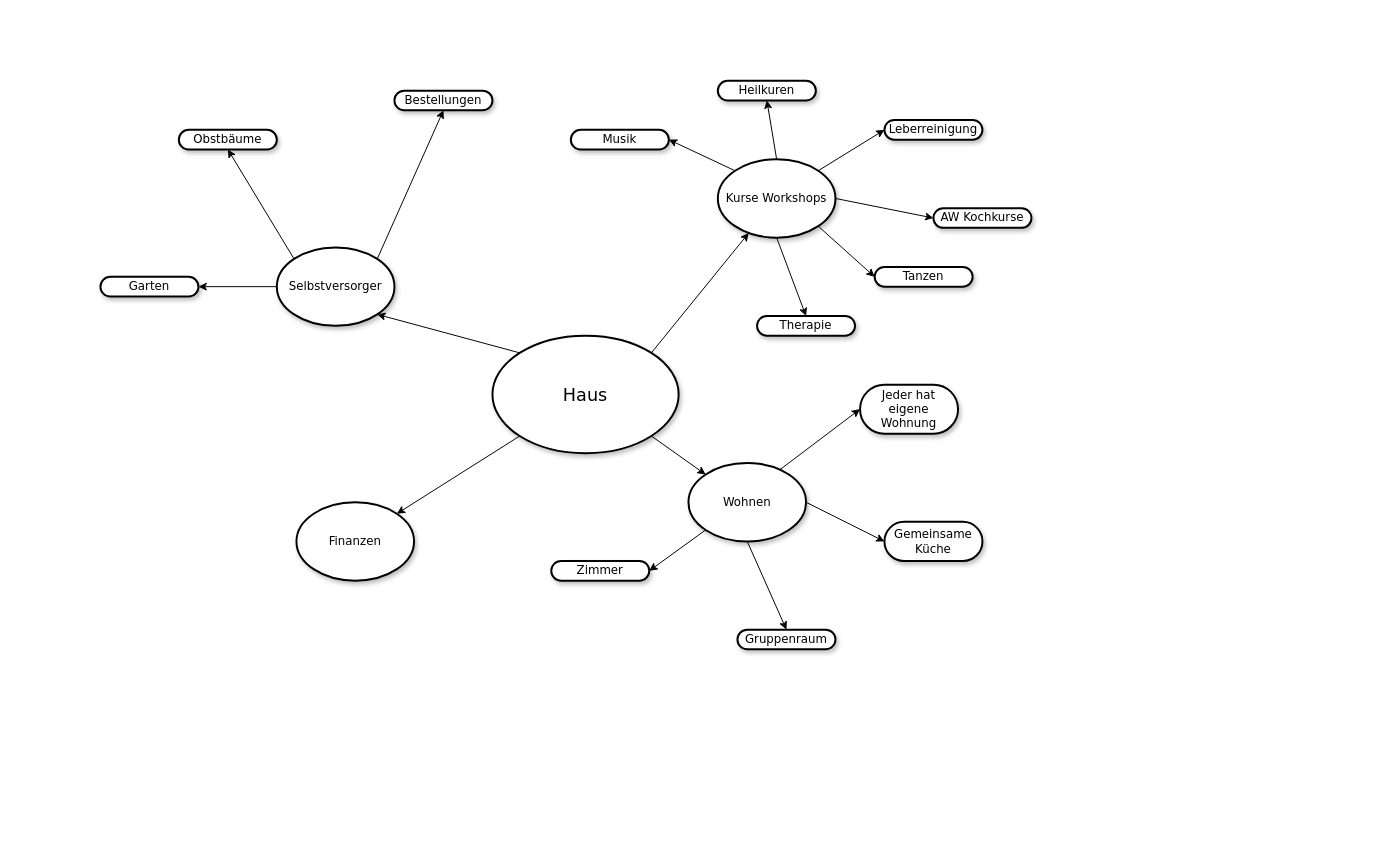
The draw.io diagram public/Gruppenhaus.drawio in Bernhard-27/docker-react, before the edit. Source tidied: cells renumbered, new cells numbered last; positions are measured from the earlier drawing's top-left corner, leaving out a move shared by most shapes. Both pictures are drawn from the tidied source at 98%, with x=0, y=0 at pixel (100, 80).
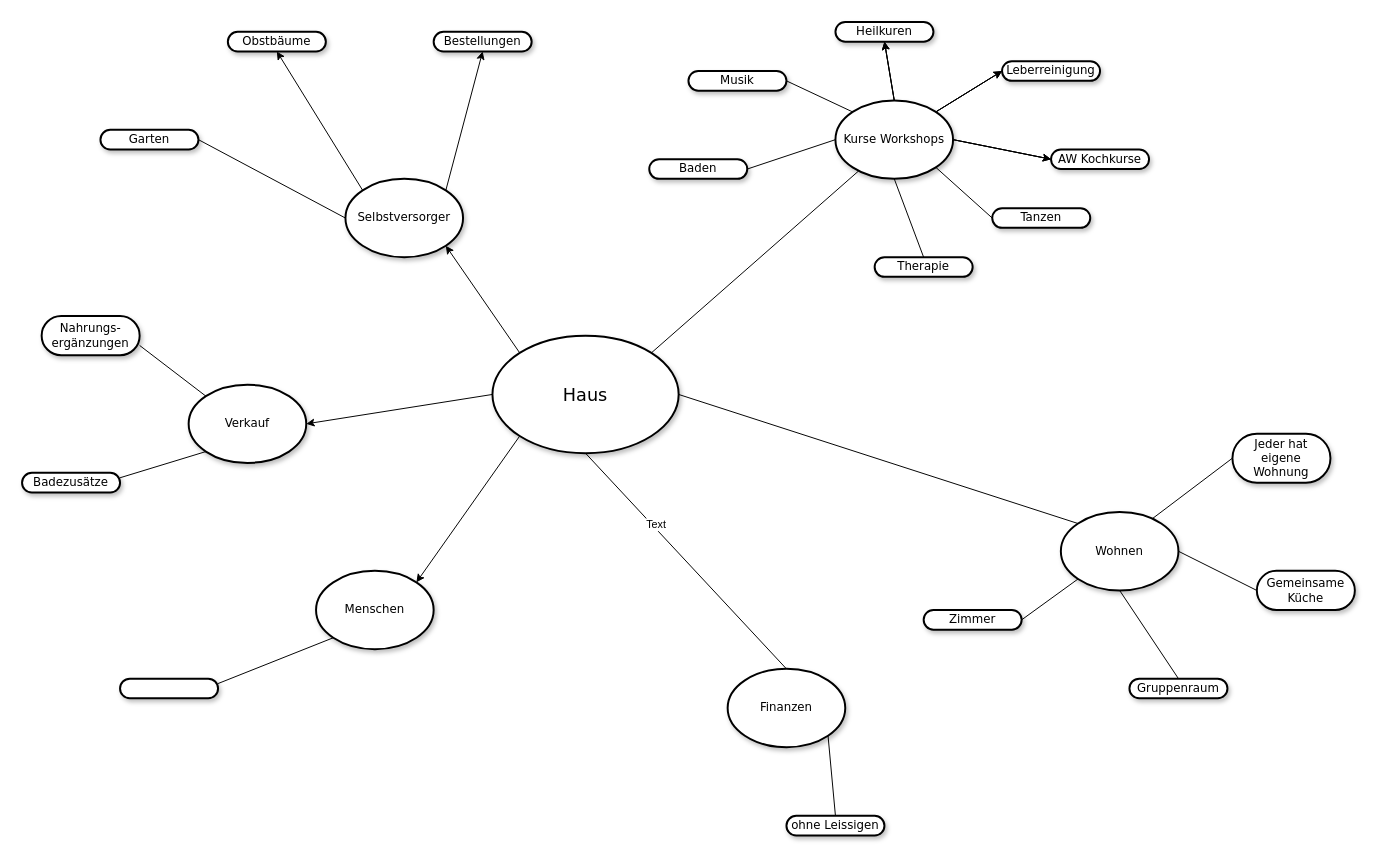
The same page after the edit.

The change refers to these unchanged cells:
```xml
<mxCell id="5" value="&lt;font style=&quot;font-size: 18px&quot;&gt;Haus&lt;/font&gt;" style="ellipse;whiteSpace=wrap;html=1;rounded=1;shadow=1;comic=0;labelBackgroundColor=none;strokeWidth=2;fontFamily=Verdana;fontSize=12;align=center;" parent="1" vertex="1">
  <mxGeometry x="400" y="260" width="190" height="120" as="geometry" />
</mxCell>
```

What changed in the source:
```diff
@@
     <mxCell id="2" value="Obstbäume" style="whiteSpace=wrap;html=1;rounded=1;shadow=1;comic=0;labelBackgroundColor=none;strokeWidth=2;fontFamily=Verdana;fontSize=12;align=center;arcSize=50;" parent="1" vertex="1">
-      <mxGeometry x="80" y="50" width="100" height="20" as="geometry" />
+      <mxGeometry x="130" y="-50" width="100" height="20" as="geometry" />
     </mxCell>
     <mxCell id="3" value="Selbstversorger" style="ellipse;whiteSpace=wrap;html=1;rounded=1;shadow=1;comic=0;labelBackgroundColor=none;strokeWidth=2;fontFamily=Verdana;fontSize=12;align=center;" parent="1" vertex="1">
-      <mxGeometry x="180" y="170" width="120" height="80" as="geometry" />
+      <mxGeometry x="250" y="100" width="120" height="80" as="geometry" />
     </mxCell>
     <mxCell id="4" value="Kurse Workshops" style="ellipse;whiteSpace=wrap;html=1;rounded=1;shadow=1;comic=0;labelBackgroundColor=none;strokeWidth=2;fontFamily=Verdana;fontSize=12;align=center;" parent="1" vertex="1">
-      <mxGeometry x="630" y="80" width="120" height="80" as="geometry" />
+      <mxGeometry x="750" y="20" width="120" height="80" as="geometry" />
     </mxCell>
@@
     <mxCell id="6" value="Wohnen" style="ellipse;whiteSpace=wrap;html=1;rounded=1;shadow=1;comic=0;labelBackgroundColor=none;strokeWidth=2;fontFamily=Verdana;fontSize=12;align=center;" parent="1" vertex="1">
-      <mxGeometry x="600" y="390" width="120" height="80" as="geometry" />
+      <mxGeometry x="980" y="440" width="120" height="80" as="geometry" />
     </mxCell>
     <mxCell id="7" value="Garten" style="whiteSpace=wrap;html=1;rounded=1;shadow=1;comic=0;labelBackgroundColor=none;strokeWidth=2;fontFamily=Verdana;fontSize=12;align=center;arcSize=50;" parent="1" vertex="1">
-      <mxGeometry y="200" width="100" height="20" as="geometry" />
+      <mxGeometry y="50" width="100" height="20" as="geometry" />
     </mxCell>
     <mxCell id="8" value="Bestellungen" style="whiteSpace=wrap;html=1;rounded=1;shadow=1;comic=0;labelBackgroundColor=none;strokeWidth=2;fontFamily=Verdana;fontSize=12;align=center;arcSize=50;" parent="1" vertex="1">
-      <mxGeometry x="300" y="10" width="100" height="20" as="geometry" />
+      <mxGeometry x="340" y="-50" width="100" height="20" as="geometry" />
     </mxCell>
     <mxCell id="9" value="Leberreinigung" style="whiteSpace=wrap;html=1;rounded=1;shadow=1;comic=0;labelBackgroundColor=none;strokeWidth=2;fontFamily=Verdana;fontSize=12;align=center;arcSize=50;" parent="1" vertex="1">
-      <mxGeometry x="800" y="40" width="100" height="20" as="geometry" />
+      <mxGeometry x="920" y="-20" width="100" height="20" as="geometry" />
     </mxCell>
     <mxCell id="10" value="Finanzen" style="ellipse;whiteSpace=wrap;html=1;rounded=1;shadow=1;comic=0;labelBackgroundColor=none;strokeWidth=2;fontFamily=Verdana;fontSize=12;align=center;" parent="1" vertex="1">
-      <mxGeometry x="200" y="430" width="120" height="80" as="geometry" />
+      <mxGeometry x="640" y="600" width="120" height="80" as="geometry" />
     </mxCell>
-    <mxCell id="11" style="endArrow=classic;html=1;rounded=0;exitX=0;exitY=1;exitDx=0;exitDy=0;entryX=1;entryY=0;entryDx=0;entryDy=0;" parent="1" edge="1" source="5" target="10">
+    <mxCell id="11" style="endArrow=none;html=1;rounded=0;exitX=0.5;exitY=1;exitDx=0;exitDy=0;entryX=0.5;entryY=0;entryDx=0;entryDy=0;endFill=0;" parent="1" edge="1" source="5" target="10">
       <mxGeometry relative="1" as="geometry" />
     </mxCell>
+    <mxCell id="37" value="Text" style="edgeLabel;html=1;align=center;verticalAlign=middle;" parent="11" vertex="1">
+      <mxGeometry x="-0.32" y="3" relative="1" as="geometry" />
+    </mxCell>
-    <mxCell id="12" style="endArrow=classic;html=1;rounded=0;exitX=0;exitY=0;exitDx=0;exitDy=0;entryX=1;entryY=1;entryDx=0;entryDy=0;" parent="1" edge="1" source="5" target="3">
+    <mxCell id="12" style="endArrow=classic;html=1;rounded=0;entryX=1;entryY=1;entryDx=0;entryDy=0;exitX=0;exitY=0;exitDx=0;exitDy=0;" parent="1" edge="1" source="5" target="3">
       <mxGeometry relative="1" as="geometry" />
     </mxCell>
-    <mxCell id="13" style="endArrow=classic;html=1;rounded=0;exitX=1;exitY=0;exitDx=0;exitDy=0;" parent="1" edge="1" source="5" target="4">
+    <mxCell id="13" style="endArrow=none;html=1;rounded=0;exitX=1;exitY=0;exitDx=0;exitDy=0;endFill=0;" parent="1" edge="1" source="5" target="4">
       <mxGeometry relative="1" as="geometry" />
     </mxCell>
-    <mxCell id="14" style="endArrow=classic;html=1;rounded=0;exitX=1;exitY=1;exitDx=0;exitDy=0;entryX=0;entryY=0;entryDx=0;entryDy=0;" parent="1" edge="1" source="5" target="6">
+    <mxCell id="14" style="endArrow=none;html=1;rounded=0;exitX=1;exitY=0.5;exitDx=0;exitDy=0;entryX=0;entryY=0;entryDx=0;entryDy=0;endFill=0;" parent="1" edge="1" source="5" target="6">
       <mxGeometry relative="1" as="geometry" />
     </mxCell>
@@
-    <mxCell id="16" style="endArrow=classic;html=1;rounded=0;exitX=0;exitY=0.5;exitDx=0;exitDy=0;entryX=1;entryY=0.5;entryDx=0;entryDy=0;" parent="1" edge="1" source="3" target="7">
+    <mxCell id="16" style="endArrow=none;html=1;rounded=0;exitX=0;exitY=0.5;exitDx=0;exitDy=0;entryX=1;entryY=0.5;entryDx=0;entryDy=0;endFill=0;" parent="1" edge="1" source="3" target="7">
       <mxGeometry relative="1" as="geometry" />
     </mxCell>
@@
     <mxCell id="19" value="Jeder hat eigene Wohnung" style="whiteSpace=wrap;html=1;rounded=1;shadow=1;comic=0;labelBackgroundColor=none;strokeWidth=2;fontFamily=Verdana;fontSize=12;align=center;arcSize=50;" parent="1" vertex="1">
-      <mxGeometry x="775.1" y="310" width="100" height="50" as="geometry" />
+      <mxGeometry x="1155.1" y="360" width="100" height="50" as="geometry" />
     </mxCell>
-    <mxCell id="20" style="endArrow=classic;html=1;rounded=0;exitX=0.775;exitY=0.088;exitDx=0;exitDy=0;entryX=0;entryY=0.5;entryDx=0;entryDy=0;exitPerimeter=0;" parent="1" edge="1" source="6" target="19">
+    <mxCell id="20" style="endArrow=none;html=1;rounded=0;exitX=0.775;exitY=0.088;exitDx=0;exitDy=0;entryX=0;entryY=0.5;entryDx=0;entryDy=0;exitPerimeter=0;endFill=0;" parent="1" edge="1" source="6" target="19">
       <mxGeometry relative="1" as="geometry" />
     </mxCell>
     <mxCell id="21" value="&lt;div&gt;Gemeinsame Küche&lt;br&gt;&lt;/div&gt;" style="whiteSpace=wrap;html=1;rounded=1;shadow=1;comic=0;labelBackgroundColor=none;strokeWidth=2;fontFamily=Verdana;fontSize=12;align=center;arcSize=50;" parent="1" vertex="1">
-      <mxGeometry x="800" y="450" width="100" height="40" as="geometry" />
+      <mxGeometry x="1180" y="500" width="100" height="40" as="geometry" />
     </mxCell>
-    <mxCell id="22" style="endArrow=classic;html=1;rounded=0;exitX=1;exitY=0.5;exitDx=0;exitDy=0;entryX=0;entryY=0.5;entryDx=0;entryDy=0;" parent="1" edge="1" source="6" target="21">
+    <mxCell id="22" style="endArrow=none;html=1;rounded=0;exitX=1;exitY=0.5;exitDx=0;exitDy=0;entryX=0;entryY=0.5;entryDx=0;entryDy=0;endFill=0;" parent="1" edge="1" source="6" target="21">
       <mxGeometry relative="1" as="geometry" />
     </mxCell>
-    <mxCell id="23" style="endArrow=classic;html=1;rounded=0;exitX=0;exitY=1;exitDx=0;exitDy=0;entryX=1;entryY=0.5;entryDx=0;entryDy=0;" parent="1" edge="1" source="6" target="24">
+    <mxCell id="23" style="endArrow=none;html=1;rounded=0;exitX=0;exitY=1;exitDx=0;exitDy=0;entryX=1;entryY=0.5;entryDx=0;entryDy=0;endFill=0;" parent="1" edge="1" source="6" target="24">
       <mxGeometry relative="1" as="geometry" />
     </mxCell>
     <mxCell id="24" value="Zimmer" style="whiteSpace=wrap;html=1;rounded=1;shadow=1;comic=0;labelBackgroundColor=none;strokeWidth=2;fontFamily=Verdana;fontSize=12;align=center;arcSize=50;" parent="1" vertex="1">
-      <mxGeometry x="460" y="490" width="100" height="20" as="geometry" />
+      <mxGeometry x="840" y="540" width="100" height="20" as="geometry" />
     </mxCell>
     <mxCell id="25" value="Gruppenraum" style="whiteSpace=wrap;html=1;rounded=1;shadow=1;comic=0;labelBackgroundColor=none;strokeWidth=2;fontFamily=Verdana;fontSize=12;align=center;arcSize=50;" parent="1" vertex="1">
-      <mxGeometry x="650" y="560" width="100" height="20" as="geometry" />
+      <mxGeometry x="1050" y="610" width="100" height="20" as="geometry" />
     </mxCell>
-    <mxCell id="26" style="endArrow=classic;html=1;rounded=0;exitX=0.5;exitY=1;exitDx=0;exitDy=0;entryX=0.5;entryY=0;entryDx=0;entryDy=0;" parent="1" edge="1" source="6" target="25">
+    <mxCell id="26" style="endArrow=none;html=1;rounded=0;exitX=0.5;exitY=1;exitDx=0;exitDy=0;entryX=0.5;entryY=0;entryDx=0;entryDy=0;endFill=0;" parent="1" edge="1" source="6" target="25">
       <mxGeometry relative="1" as="geometry" />
     </mxCell>
     <mxCell id="27" value="AW Kochkurse" style="whiteSpace=wrap;html=1;rounded=1;shadow=1;comic=0;labelBackgroundColor=none;strokeWidth=2;fontFamily=Verdana;fontSize=12;align=center;arcSize=50;" parent="1" vertex="1">
-      <mxGeometry x="850" y="130" width="100" height="20" as="geometry" />
+      <mxGeometry x="970" y="70" width="100" height="20" as="geometry" />
     </mxCell>
@@
     <mxCell id="29" value="Heilkuren" style="whiteSpace=wrap;html=1;rounded=1;shadow=1;comic=0;labelBackgroundColor=none;strokeWidth=2;fontFamily=Verdana;fontSize=12;align=center;arcSize=50;" parent="1" vertex="1">
-      <mxGeometry x="630" width="100" height="20" as="geometry" />
+      <mxGeometry x="750" y="-60" width="100" height="20" as="geometry" />
     </mxCell>
-    <mxCell id="30" style="endArrow=classic;html=1;rounded=0;exitX=0;exitY=0;exitDx=0;exitDy=0;entryX=1;entryY=0.5;entryDx=0;entryDy=0;" parent="1" edge="1" source="4" target="31">
+    <mxCell id="30" style="endArrow=none;html=1;rounded=0;exitX=0;exitY=0;exitDx=0;exitDy=0;entryX=1;entryY=0.5;entryDx=0;entryDy=0;endFill=0;" parent="1" edge="1" source="4" target="31">
       <mxGeometry relative="1" as="geometry" />
     </mxCell>
     <mxCell id="31" value="Musik" style="whiteSpace=wrap;html=1;rounded=1;shadow=1;comic=0;labelBackgroundColor=none;strokeWidth=2;fontFamily=Verdana;fontSize=12;align=center;arcSize=50;" parent="1" vertex="1">
-      <mxGeometry x="480" y="50" width="100" height="20" as="geometry" />
+      <mxGeometry x="600" y="-10" width="100" height="20" as="geometry" />
     </mxCell>
@@
     <mxCell id="33" value="Tanzen" style="whiteSpace=wrap;html=1;rounded=1;shadow=1;comic=0;labelBackgroundColor=none;strokeWidth=2;fontFamily=Verdana;fontSize=12;align=center;arcSize=50;" parent="1" vertex="1">
-      <mxGeometry x="790" y="190" width="100" height="20" as="geometry" />
+      <mxGeometry x="910" y="130" width="100" height="20" as="geometry" />
     </mxCell>
-    <mxCell id="34" style="endArrow=classic;html=1;rounded=0;exitX=1;exitY=1;exitDx=0;exitDy=0;entryX=0;entryY=0.5;entryDx=0;entryDy=0;" parent="1" edge="1" source="4" target="33">
+    <mxCell id="34" style="endArrow=none;html=1;rounded=0;exitX=1;exitY=1;exitDx=0;exitDy=0;entryX=0;entryY=0.5;entryDx=0;entryDy=0;endFill=0;" parent="1" edge="1" source="4" target="33">
       <mxGeometry relative="1" as="geometry" />
     </mxCell>
     <mxCell id="35" value="Therapie" style="whiteSpace=wrap;html=1;rounded=1;shadow=1;comic=0;labelBackgroundColor=none;strokeWidth=2;fontFamily=Verdana;fontSize=12;align=center;arcSize=50;" parent="1" vertex="1">
-      <mxGeometry x="670" y="240" width="100" height="20" as="geometry" />
+      <mxGeometry x="790" y="180" width="100" height="20" as="geometry" />
     </mxCell>
-    <mxCell id="36" style="endArrow=classic;html=1;rounded=0;exitX=0.5;exitY=1;exitDx=0;exitDy=0;entryX=0.5;entryY=0;entryDx=0;entryDy=0;" parent="1" edge="1" source="4" target="35">
+    <mxCell id="36" style="endArrow=none;html=1;rounded=0;exitX=0.5;exitY=1;exitDx=0;exitDy=0;entryX=0.5;entryY=0;entryDx=0;entryDy=0;endFill=0;" parent="1" edge="1" source="4" target="35">
       <mxGeometry relative="1" as="geometry" />
     </mxCell>
+    <mxCell id="38" value="Verkauf" style="ellipse;whiteSpace=wrap;html=1;rounded=1;shadow=1;comic=0;labelBackgroundColor=none;strokeWidth=2;fontFamily=Verdana;fontSize=12;align=center;" parent="1" vertex="1">
+      <mxGeometry x="90" y="310" width="120" height="80" as="geometry" />
+    </mxCell>
+    <mxCell id="39" style="endArrow=classic;html=1;rounded=0;exitX=0;exitY=0.5;exitDx=0;exitDy=0;entryX=1;entryY=0.5;entryDx=0;entryDy=0;" parent="1" edge="1" source="5" target="38">
+      <mxGeometry relative="1" as="geometry" />
+    </mxCell>
+    <mxCell id="40" value="Nahrungs-ergänzungen" style="whiteSpace=wrap;html=1;rounded=1;shadow=1;comic=0;labelBackgroundColor=none;strokeWidth=2;fontFamily=Verdana;fontSize=12;align=center;arcSize=50;" parent="1" vertex="1">
+      <mxGeometry x="-60" y="240" width="100" height="40" as="geometry" />
+    </mxCell>
+    <mxCell id="41" style="endArrow=none;html=1;rounded=0;exitX=0;exitY=0;exitDx=0;exitDy=0;entryX=1;entryY=0.75;entryDx=0;entryDy=0;endFill=0;" parent="1" edge="1" source="38" target="40">
+      <mxGeometry relative="1" as="geometry" />
+    </mxCell>
+    <mxCell id="42" value="Badezusätze" style="whiteSpace=wrap;html=1;rounded=1;shadow=1;comic=0;labelBackgroundColor=none;strokeWidth=2;fontFamily=Verdana;fontSize=12;align=center;arcSize=50;" parent="1" vertex="1">
+      <mxGeometry x="-80" y="400" width="100" height="20" as="geometry" />
+    </mxCell>
+    <mxCell id="43" value="Baden" style="whiteSpace=wrap;html=1;rounded=1;shadow=1;comic=0;labelBackgroundColor=none;strokeWidth=2;fontFamily=Verdana;fontSize=12;align=center;arcSize=50;" parent="1" vertex="1">
+      <mxGeometry x="560" y="80" width="100" height="20" as="geometry" />
+    </mxCell>
+    <mxCell id="44" style="endArrow=none;html=1;rounded=0;exitX=0;exitY=0.5;exitDx=0;exitDy=0;entryX=1;entryY=0.5;entryDx=0;entryDy=0;endFill=0;" parent="1" edge="1" source="4" target="43">
+      <mxGeometry relative="1" as="geometry" />
+    </mxCell>
+    <mxCell id="45" style="endArrow=classic;html=1;rounded=0;exitX=0.5;exitY=0;exitDx=0;exitDy=0;entryX=0.5;entryY=1;entryDx=0;entryDy=0;" parent="1" edge="1">
+      <mxGeometry relative="1" as="geometry">
+        <mxPoint x="810" y="20" as="sourcePoint" />
+        <mxPoint x="800" y="-40" as="targetPoint" />
+      </mxGeometry>
+    </mxCell>
+    <mxCell id="46" style="endArrow=classic;html=1;rounded=0;exitX=1;exitY=0;exitDx=0;exitDy=0;entryX=0;entryY=0.5;entryDx=0;entryDy=0;" parent="1" edge="1">
+      <mxGeometry relative="1" as="geometry">
+        <mxPoint x="852.4" y="31.7" as="sourcePoint" />
+        <mxPoint x="920" y="-10" as="targetPoint" />
+      </mxGeometry>
+    </mxCell>
+    <mxCell id="47" style="endArrow=classic;html=1;rounded=0;exitX=1;exitY=0.5;exitDx=0;exitDy=0;entryX=0;entryY=0.5;entryDx=0;entryDy=0;" parent="1" edge="1">
+      <mxGeometry relative="1" as="geometry">
+        <mxPoint x="870" y="60" as="sourcePoint" />
+        <mxPoint x="970" y="80" as="targetPoint" />
+      </mxGeometry>
+    </mxCell>
+    <mxCell id="48" style="endArrow=none;html=1;rounded=0;exitX=0.5;exitY=0;exitDx=0;exitDy=0;entryX=0.5;entryY=1;entryDx=0;entryDy=0;endFill=0;" parent="1" edge="1">
+      <mxGeometry relative="1" as="geometry">
+        <mxPoint x="810" y="20" as="sourcePoint" />
+        <mxPoint x="800" y="-40" as="targetPoint" />
+      </mxGeometry>
+    </mxCell>
+    <mxCell id="49" style="endArrow=none;html=1;rounded=0;exitX=1;exitY=0;exitDx=0;exitDy=0;entryX=0;entryY=0.5;entryDx=0;entryDy=0;endFill=0;" parent="1" edge="1">
+      <mxGeometry relative="1" as="geometry">
+        <mxPoint x="852.4" y="31.7" as="sourcePoint" />
+        <mxPoint x="920" y="-10" as="targetPoint" />
+      </mxGeometry>
+    </mxCell>
+    <mxCell id="50" style="endArrow=none;html=1;rounded=0;exitX=1;exitY=0.5;exitDx=0;exitDy=0;entryX=0;entryY=0.5;entryDx=0;entryDy=0;endFill=0;" parent="1" edge="1">
+      <mxGeometry relative="1" as="geometry">
+        <mxPoint x="870" y="60" as="sourcePoint" />
+        <mxPoint x="970" y="80" as="targetPoint" />
+      </mxGeometry>
+    </mxCell>
+    <mxCell id="51" value="ohne Leissigen" style="whiteSpace=wrap;html=1;rounded=1;shadow=1;comic=0;labelBackgroundColor=none;strokeWidth=2;fontFamily=Verdana;fontSize=12;align=center;arcSize=50;" parent="1" vertex="1">
+      <mxGeometry x="700" y="750" width="100" height="20" as="geometry" />
+    </mxCell>
+    <mxCell id="52" style="endArrow=none;html=1;rounded=0;exitX=1;exitY=1;exitDx=0;exitDy=0;entryX=0.5;entryY=0;entryDx=0;entryDy=0;endFill=0;" parent="1" edge="1" source="10" target="51">
+      <mxGeometry relative="1" as="geometry" />
+    </mxCell>
+    <mxCell id="53" style="endArrow=none;html=1;rounded=0;exitX=0;exitY=1;exitDx=0;exitDy=0;entryX=1;entryY=0.25;entryDx=0;entryDy=0;endFill=0;" parent="1" edge="1" source="38" target="42">
+      <mxGeometry relative="1" as="geometry" />
+    </mxCell>
+    <mxCell id="54" value="Menschen" style="ellipse;whiteSpace=wrap;html=1;rounded=1;shadow=1;comic=0;labelBackgroundColor=none;strokeWidth=2;fontFamily=Verdana;fontSize=12;align=center;" parent="1" vertex="1">
+      <mxGeometry x="220" y="500" width="120" height="80" as="geometry" />
+    </mxCell>
+    <mxCell id="55" style="endArrow=classic;html=1;rounded=0;exitX=0;exitY=1;exitDx=0;exitDy=0;entryX=1;entryY=0;entryDx=0;entryDy=0;" parent="1" edge="1" source="5" target="54">
+      <mxGeometry relative="1" as="geometry" />
+    </mxCell>
+    <mxCell id="56" style="whiteSpace=wrap;html=1;rounded=1;shadow=1;comic=0;labelBackgroundColor=none;strokeWidth=2;fontFamily=Verdana;fontSize=12;align=center;arcSize=50;" parent="1" vertex="1">
+      <mxGeometry x="20" y="610" width="100" height="20" as="geometry" />
+    </mxCell>
+    <mxCell id="57" style="endArrow=none;html=1;rounded=0;exitX=0;exitY=1;exitDx=0;exitDy=0;entryX=1;entryY=0.25;entryDx=0;entryDy=0;endFill=0;" parent="1" edge="1" source="54" target="56">
+      <mxGeometry relative="1" as="geometry" />
+    </mxCell>
```
